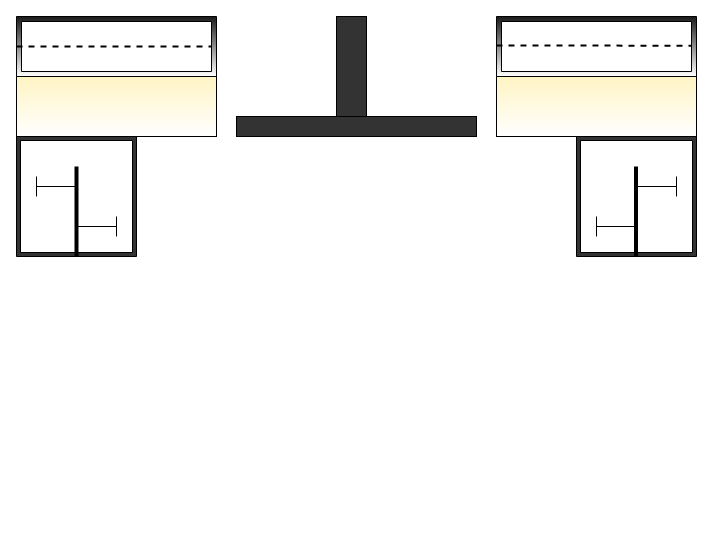
Above: Kitchen1.drawio in ritam-mukherjee-it/sonestaa-interor-design (draw.io), before the change. Source tidied: cells renumbered, new cells numbered last; positions are measured from the earlier drawing's top-left corner, leaving out a move shared by most shapes. Both pictures are drawn from the tidied source at 100%, with x=0, y=0 at pixel (16, 16).
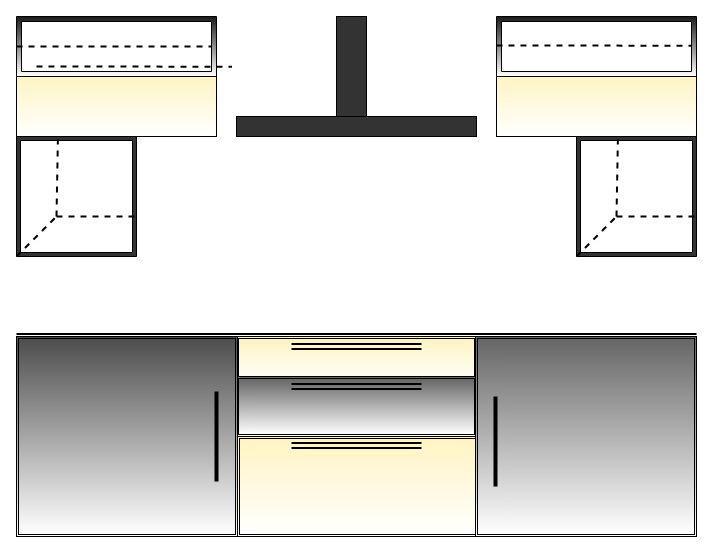
The same diagram, later.

The change refers to these unchanged cells:
```xml
<mxCell id="9" style="verticalLabelPosition=bottom;verticalAlign=top;html=1;shape=mxgraph.basic.frame;dx=4;fillColor=#333333;gradientColor=none;" parent="1" vertex="1">
  <mxGeometry y="120" width="120" height="120" as="geometry" />
</mxCell>
```

Change to the diagram source:
```diff
@@
-    <mxCell id="8" style="verticalLabelPosition=bottom;verticalAlign=top;html=1;shape=mxgraph.basic.frame;dx=4;fillColor=#333333;gradientColor=none;" parent="1" vertex="1">
-      <mxGeometry x="560" y="120" width="120" height="120" as="geometry" />
-    </mxCell>
@@
-    <mxCell id="10" style="endArrow=none;html=1;strokeWidth=4;" parent="1" edge="1">
-      <mxGeometry relative="1" as="geometry">
-        <mxPoint x="60" y="240" as="sourcePoint" />
-        <mxPoint x="60" y="150" as="targetPoint" />
-      </mxGeometry>
-    </mxCell>
-    <mxCell id="11" style="endArrow=none;html=1;strokeWidth=4;" parent="1" edge="1">
-      <mxGeometry relative="1" as="geometry">
-        <mxPoint x="619.5" y="240" as="sourcePoint" />
-        <mxPoint x="619.5" y="150" as="targetPoint" />
-      </mxGeometry>
-    </mxCell>
-    <mxCell id="12" style="shape=crossbar;whiteSpace=wrap;html=1;rounded=1;fillColor=#333333;gradientColor=none;" parent="1" vertex="1">
-      <mxGeometry x="20" y="160" width="40" height="20" as="geometry" />
-    </mxCell>
     <mxCell id="13" style="shape=crossbar;whiteSpace=wrap;html=1;rounded=1;fillColor=#333333;gradientColor=none;" parent="1" vertex="1">
-      <mxGeometry x="60" y="200" width="40" height="20" as="geometry" />
+      <mxGeometry x="230" y="370" width="190" height="20" as="geometry" />
     </mxCell>
-    <mxCell id="14" style="shape=crossbar;whiteSpace=wrap;html=1;rounded=1;fillColor=#333333;gradientColor=none;" parent="1" vertex="1">
-      <mxGeometry x="580" y="200" width="40" height="20" as="geometry" />
-    </mxCell>
-    <mxCell id="15" style="shape=crossbar;whiteSpace=wrap;html=1;rounded=1;fillColor=#333333;gradientColor=none;" parent="1" vertex="1">
-      <mxGeometry x="620" y="160" width="40" height="20" as="geometry" />
-    </mxCell>
@@
+    <mxCell id="18" style="shape=link;html=1;strokeWidth=2;" parent="1" edge="1">
+      <mxGeometry relative="1" as="geometry">
+        <mxPoint y="320" as="sourcePoint" />
+        <mxPoint x="680" y="320" as="targetPoint" />
+      </mxGeometry>
+    </mxCell>
+    <mxCell id="19" style="shape=ext;double=1;rounded=0;whiteSpace=wrap;html=1;fillColor=#FFF4C3;gradientColor=#ffffff;" parent="1" vertex="1">
+      <mxGeometry x="220" y="320" width="240" height="50" as="geometry" />
+    </mxCell>
+    <mxCell id="20" style="endArrow=none;dashed=1;html=1;strokeWidth=2;entryX=1;entryY=0.5;entryDx=-5;entryDy=0;entryPerimeter=0;" parent="1" edge="1">
+      <mxGeometry relative="1" as="geometry">
+        <mxPoint x="20" y="50" as="sourcePoint" />
+        <mxPoint x="215.5" y="50.2" as="targetPoint" />
+      </mxGeometry>
+    </mxCell>
+    <mxCell id="21" style="shape=ext;double=1;rounded=0;whiteSpace=wrap;html=1;fillColor=#666666;gradientColor=#ffffff;" parent="1" vertex="1">
+      <mxGeometry x="220" y="360" width="240" height="60" as="geometry" />
+    </mxCell>
+    <mxCell id="22" style="shape=ext;double=1;rounded=0;whiteSpace=wrap;html=1;fillColor=#FFF4C3;gradientColor=#ffffff;" parent="1" vertex="1">
+      <mxGeometry x="221" y="420" width="240" height="100" as="geometry" />
+    </mxCell>
+    <mxCell id="23" style="shape=ext;double=1;rounded=0;whiteSpace=wrap;html=1;fillColor=#666666;gradientColor=#ffffff;" parent="1" vertex="1">
+      <mxGeometry x="459" y="320" width="221" height="200" as="geometry" />
+    </mxCell>
+    <mxCell id="24" style="shape=ext;double=1;rounded=0;whiteSpace=wrap;html=1;fillColor=#4D4D4D;gradientColor=#ffffff;" parent="1" vertex="1">
+      <mxGeometry y="320" width="221" height="200" as="geometry" />
+    </mxCell>
+    <mxCell id="25" style="endArrow=none;html=1;strokeWidth=4;" parent="1" edge="1">
+      <mxGeometry relative="1" as="geometry">
+        <mxPoint x="479" y="470" as="sourcePoint" />
+        <mxPoint x="479" y="380" as="targetPoint" />
+      </mxGeometry>
+    </mxCell>
+    <mxCell id="26" style="endArrow=none;html=1;strokeWidth=4;" parent="1" edge="1">
+      <mxGeometry relative="1" as="geometry">
+        <mxPoint x="200" y="465" as="sourcePoint" />
+        <mxPoint x="200" y="375" as="targetPoint" />
+        <Array as="points">
+          <mxPoint x="200" y="440" />
+        </Array>
+      </mxGeometry>
+    </mxCell>
+    <mxCell id="27" style="endArrow=none;dashed=1;html=1;strokeWidth=2;" parent="1" edge="1">
+      <mxGeometry relative="1" as="geometry">
+        <mxPoint y="240" as="sourcePoint" />
+        <mxPoint x="40" y="200" as="targetPoint" />
+      </mxGeometry>
+    </mxCell>
+    <mxCell id="28" style="endArrow=none;dashed=1;html=1;strokeWidth=2;entryX=0.345;entryY=0.026;entryDx=0;entryDy=0;entryPerimeter=0;" parent="1" edge="1" target="9">
+      <mxGeometry relative="1" as="geometry">
+        <mxPoint x="40" y="200" as="sourcePoint" />
+      </mxGeometry>
+    </mxCell>
+    <mxCell id="29" style="endArrow=none;dashed=1;html=1;strokeWidth=2;" parent="1" edge="1">
+      <mxGeometry relative="1" as="geometry">
+        <mxPoint x="40" y="200" as="sourcePoint" />
+        <mxPoint x="120" y="200" as="targetPoint" />
+      </mxGeometry>
+    </mxCell>
+    <mxCell id="8" style="verticalLabelPosition=bottom;verticalAlign=top;html=1;shape=mxgraph.basic.frame;dx=4;fillColor=#333333;gradientColor=none;" parent="1" vertex="1">
+      <mxGeometry x="560" y="120" width="120" height="120" as="geometry" />
+    </mxCell>
+    <mxCell id="30" style="endArrow=none;dashed=1;html=1;strokeWidth=2;" parent="1" edge="1">
+      <mxGeometry relative="1" as="geometry">
+        <mxPoint x="560" y="240" as="sourcePoint" />
+        <mxPoint x="600" y="200" as="targetPoint" />
+      </mxGeometry>
+    </mxCell>
+    <mxCell id="31" style="endArrow=none;dashed=1;html=1;strokeWidth=2;entryX=0.345;entryY=0.026;entryDx=0;entryDy=0;entryPerimeter=0;" parent="1" edge="1" target="8">
+      <mxGeometry relative="1" as="geometry">
+        <mxPoint x="600" y="200" as="sourcePoint" />
+      </mxGeometry>
+    </mxCell>
+    <mxCell id="32" style="endArrow=none;dashed=1;html=1;strokeWidth=2;" parent="1" edge="1">
+      <mxGeometry relative="1" as="geometry">
+        <mxPoint x="600" y="200" as="sourcePoint" />
+        <mxPoint x="680" y="200" as="targetPoint" />
+      </mxGeometry>
+    </mxCell>
+    <mxCell id="33" style="shape=link;html=1;strokeWidth=2;" parent="1" edge="1">
+      <mxGeometry relative="1" as="geometry">
+        <mxPoint x="275" y="330" as="sourcePoint" />
+        <mxPoint x="405" y="330" as="targetPoint" />
+      </mxGeometry>
+    </mxCell>
+    <mxCell id="34" style="shape=link;html=1;strokeWidth=2;" parent="1" edge="1">
+      <mxGeometry relative="1" as="geometry">
+        <mxPoint x="275" y="370" as="sourcePoint" />
+        <mxPoint x="405" y="370" as="targetPoint" />
+      </mxGeometry>
+    </mxCell>
+    <mxCell id="35" style="shape=link;html=1;strokeWidth=2;" parent="1" edge="1">
+      <mxGeometry relative="1" as="geometry">
+        <mxPoint x="275" y="429" as="sourcePoint" />
+        <mxPoint x="405" y="429" as="targetPoint" />
+      </mxGeometry>
+    </mxCell>
```
